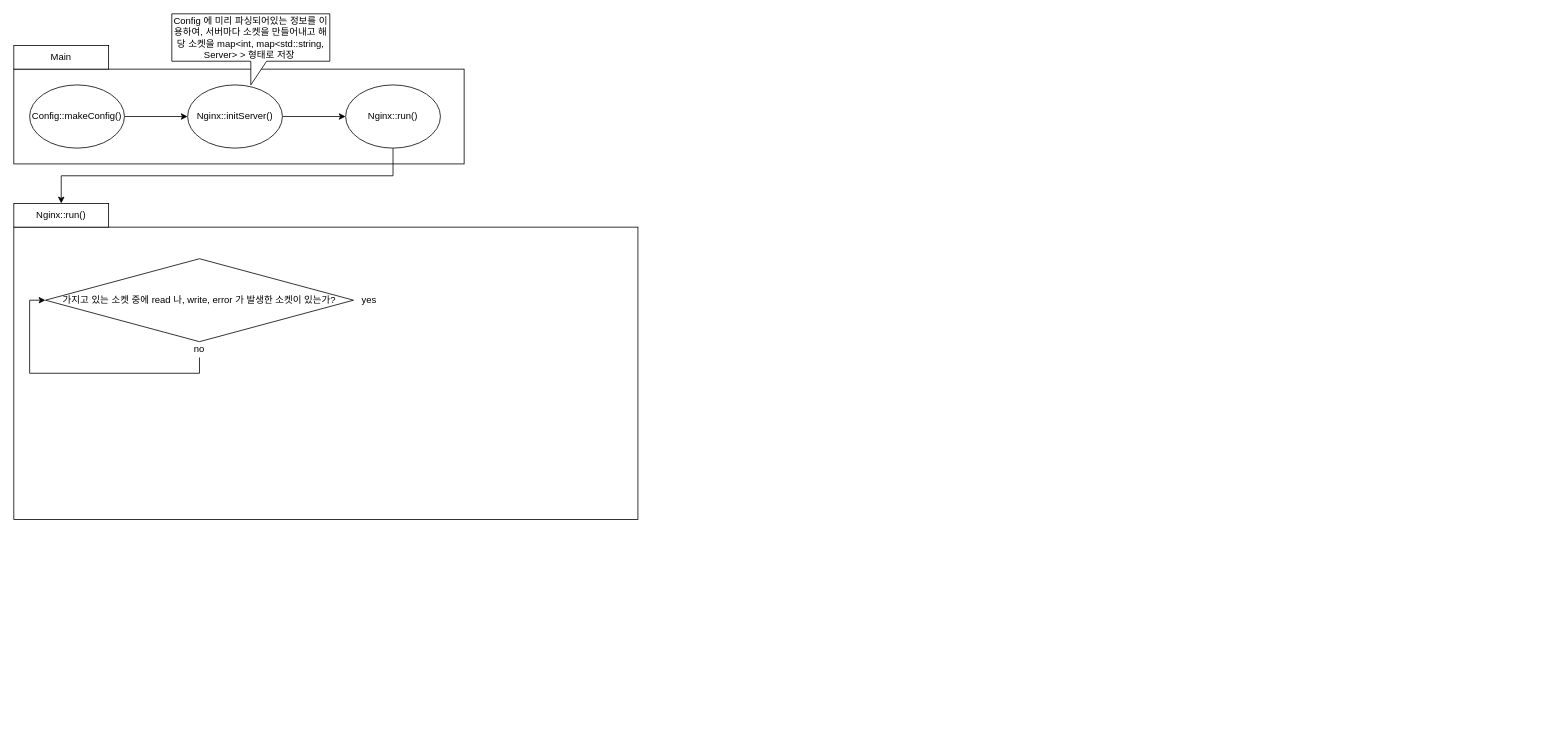
The draw.io diagram flowChart.dio in 42seoul-NULL/Webserv_, before the edit. Source tidied: cells renumbered, new cells numbered last; positions are measured from the earlier drawing's top-left corner, leaving out a move shared by most shapes. Both pictures are drawn from the tidied source at 79%, with x=0, y=0 at pixel (13, 13).
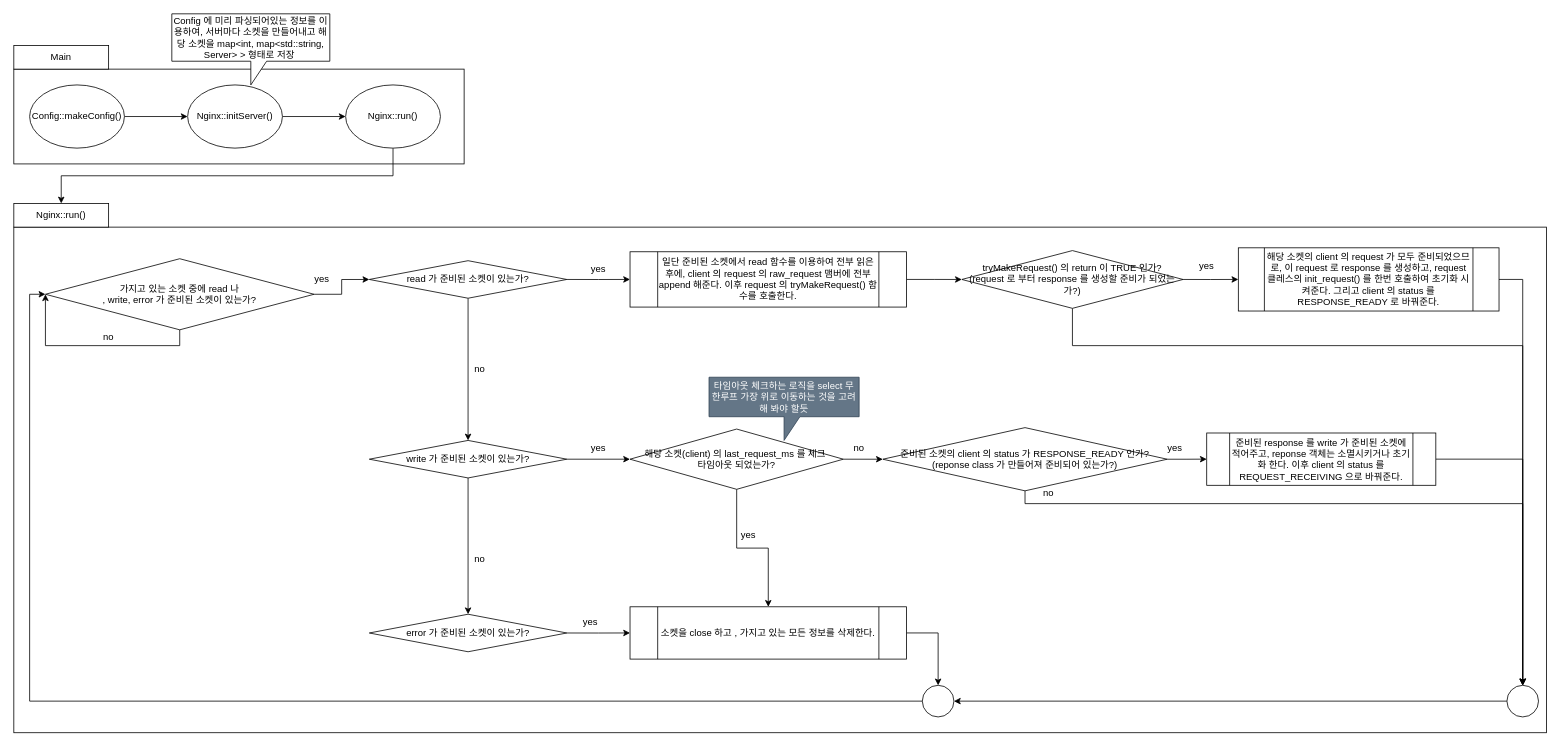
After the change.

Change to the diagram source:
```diff
@@
     <mxCell id="11" style="rounded=0;whiteSpace=wrap;html=1;" parent="1" vertex="1">
-      <mxGeometry y="270" width="790" height="370" as="geometry" />
+      <mxGeometry y="270" width="1940" height="640" as="geometry" />
     </mxCell>
@@
+    <mxCell id="17" style="edgeStyle=orthogonalEdgeStyle;rounded=0;jettySize=auto;html=1;exitX=1;exitY=0.5;exitDx=0;exitDy=0;entryX=0;entryY=0.5;entryDx=0;entryDy=0;" parent="1" edge="1" source="13" target="22">
+      <mxGeometry relative="1" as="geometry" />
+    </mxCell>
-    <mxCell id="13" value="&lt;span&gt;가지고 있는 소켓 중에 read 나, write, error 가 발생한 소켓이 있는가?&lt;/span&gt;" style="rhombus;whiteSpace=wrap;html=1;" parent="1" vertex="1">
-      <mxGeometry x="40" y="310" width="390" height="105" as="geometry" />
+    <mxCell id="13" value="&lt;span&gt;가지고 있는 소켓 중에 read 나&lt;br&gt;, write, error 가 준비된 소켓이 있는가?&lt;/span&gt;" style="rhombus;whiteSpace=wrap;html=1;" parent="1" vertex="1">
+      <mxGeometry x="40" y="310" width="340" height="90" as="geometry" />
     </mxCell>
-    <mxCell id="14" value="yes" style="text;html=1;strokeColor=none;fillColor=none;align=center;verticalAlign=middle;whiteSpace=wrap;rounded=0;" parent="1" vertex="1">
-      <mxGeometry x="430" y="352.5" width="40" height="20" as="geometry" />
-    </mxCell>
-    <mxCell id="15" style="edgeStyle=orthogonalEdgeStyle;rounded=0;jettySize=auto;html=1;exitX=0.5;exitY=1;exitDx=0;exitDy=0;entryX=0;entryY=0.5;entryDx=0;entryDy=0;" parent="1" edge="1" source="16" target="13">
-      <mxGeometry relative="1" as="geometry" />
-    </mxCell>
-    <mxCell id="16" value="no" style="text;html=1;strokeColor=none;fillColor=none;align=center;verticalAlign=middle;whiteSpace=wrap;rounded=0;" parent="1" vertex="1">
-      <mxGeometry x="215" y="415" width="40" height="20" as="geometry" />
-    </mxCell>
+    <mxCell id="18" style="edgeStyle=orthogonalEdgeStyle;rounded=0;orthogonalLoop=1;jettySize=auto;html=1;exitX=0.5;exitY=1;exitDx=0;exitDy=0;entryX=0;entryY=0.5;entryDx=0;entryDy=0;" parent="1" edge="1" source="13" target="13">
+      <mxGeometry relative="1" as="geometry">
+        <Array as="points">
+          <mxPoint x="210" y="420" />
+          <mxPoint x="40" y="420" />
+        </Array>
+      </mxGeometry>
+    </mxCell>
+    <mxCell id="19" value="no" style="text;html=1;strokeColor=none;fillColor=none;align=center;verticalAlign=middle;whiteSpace=wrap;rounded=0;" parent="1" vertex="1">
+      <mxGeometry x="100" y="400" width="40" height="20" as="geometry" />
+    </mxCell>
+    <mxCell id="20" style="edgeStyle=orthogonalEdgeStyle;rounded=0;jettySize=auto;html=1;exitX=0.5;exitY=1;exitDx=0;exitDy=0;entryX=0.5;entryY=0;entryDx=0;entryDy=0;" parent="1" edge="1" source="22" target="25">
+      <mxGeometry relative="1" as="geometry" />
+    </mxCell>
+    <mxCell id="21" style="edgeStyle=orthogonalEdgeStyle;rounded=0;jettySize=auto;html=1;exitX=1;exitY=0.5;exitDx=0;exitDy=0;entryX=0;entryY=0.5;entryDx=0;entryDy=0;" parent="1" edge="1" source="22" target="29">
+      <mxGeometry relative="1" as="geometry" />
+    </mxCell>
+    <mxCell id="22" value="read 가 준비된 소켓이 있는가?" style="rhombus;whiteSpace=wrap;html=1;" parent="1" vertex="1">
+      <mxGeometry x="450" y="312.5" width="250" height="47.5" as="geometry" />
+    </mxCell>
+    <mxCell id="23" style="edgeStyle=orthogonalEdgeStyle;rounded=0;jettySize=auto;html=1;exitX=0.5;exitY=1;exitDx=0;exitDy=0;entryX=0.5;entryY=0;entryDx=0;entryDy=0;" parent="1" edge="1" source="25" target="27">
+      <mxGeometry relative="1" as="geometry" />
+    </mxCell>
+    <mxCell id="24" style="edgeStyle=orthogonalEdgeStyle;rounded=0;jettySize=auto;html=1;exitX=1;exitY=0.5;exitDx=0;exitDy=0;entryX=0;entryY=0.5;entryDx=0;entryDy=0;" parent="1" edge="1" source="25" target="57">
+      <mxGeometry relative="1" as="geometry" />
+    </mxCell>
+    <mxCell id="25" value="write 가 준비된 소켓이 있는가?" style="rhombus;whiteSpace=wrap;html=1;" parent="1" vertex="1">
+      <mxGeometry x="450" y="540" width="250" height="47.5" as="geometry" />
+    </mxCell>
+    <mxCell id="26" style="edgeStyle=orthogonalEdgeStyle;rounded=0;jettySize=auto;html=1;exitX=1;exitY=0.5;exitDx=0;exitDy=0;entryX=0;entryY=0.5;entryDx=0;entryDy=0;" parent="1" edge="1" source="27" target="51">
+      <mxGeometry relative="1" as="geometry" />
+    </mxCell>
+    <mxCell id="27" value="error 가 준비된 소켓이 있는가?" style="rhombus;whiteSpace=wrap;html=1;" parent="1" vertex="1">
+      <mxGeometry x="450" y="760" width="250" height="47.5" as="geometry" />
+    </mxCell>
+    <mxCell id="28" style="edgeStyle=orthogonalEdgeStyle;rounded=0;jettySize=auto;html=1;exitX=1;exitY=0.5;exitDx=0;exitDy=0;entryX=0;entryY=0.5;entryDx=0;entryDy=0;" parent="1" edge="1" source="29" target="32">
+      <mxGeometry relative="1" as="geometry" />
+    </mxCell>
+    <mxCell id="29" value="일단 준비된 소켓에서 read 함수를 이용하여 전부 읽은후에, client 의 request 의 raw_request 맴버에 전부 append 해준다. 이후 request 의 tryMakeRequest() 함수를 호출한다." style="shape=process;whiteSpace=wrap;html=1;backgroundOutline=1;" parent="1" vertex="1">
+      <mxGeometry x="780" y="301.2" width="350" height="70" as="geometry" />
+    </mxCell>
+    <mxCell id="30" style="edgeStyle=orthogonalEdgeStyle;rounded=0;jettySize=auto;html=1;exitX=1;exitY=0.5;exitDx=0;exitDy=0;entryX=0;entryY=0.5;entryDx=0;entryDy=0;" parent="1" edge="1" source="32" target="34">
+      <mxGeometry relative="1" as="geometry" />
+    </mxCell>
+    <mxCell id="31" style="edgeStyle=orthogonalEdgeStyle;rounded=0;jettySize=auto;html=1;exitX=0.5;exitY=1;exitDx=0;exitDy=0;entryX=0.5;entryY=0;entryDx=0;entryDy=0;" parent="1" edge="1" source="32" target="39">
+      <mxGeometry relative="1" as="geometry">
+        <Array as="points">
+          <mxPoint x="1340" y="420" />
+          <mxPoint x="1910" y="420" />
+        </Array>
+      </mxGeometry>
+    </mxCell>
+    <mxCell id="32" value="tryMakeRequest() 의 return 이 TRUE 인가?&lt;br&gt;(request 로 부터 response 를 생성할 준비가 되었는가?)" style="rhombus;whiteSpace=wrap;html=1;" parent="1" vertex="1">
+      <mxGeometry x="1200" y="299.7" width="280" height="73.1" as="geometry" />
+    </mxCell>
+    <mxCell id="33" style="edgeStyle=orthogonalEdgeStyle;rounded=0;jettySize=auto;html=1;exitX=1;exitY=0.5;exitDx=0;exitDy=0;entryX=0.5;entryY=0;entryDx=0;entryDy=0;" parent="1" edge="1" source="34" target="39">
+      <mxGeometry relative="1" as="geometry" />
+    </mxCell>
+    <mxCell id="34" value="해당 소켓의 client 의 request 가 모두 준비되었으므로, 이 request 로 response 를 생성하고, request 클레스의 init_request() 를 한번 호출하여 초기화 시켜준다. 그리고 client 의 status 를 RESPONSE_READY 로 바꿔준다." style="shape=process;whiteSpace=wrap;html=1;backgroundOutline=1;" parent="1" vertex="1">
+      <mxGeometry x="1550" y="296.2" width="330" height="80" as="geometry" />
+    </mxCell>
+    <mxCell id="35" value="yes" style="text;html=1;strokeColor=none;fillColor=none;align=center;verticalAlign=middle;whiteSpace=wrap;rounded=0;" parent="1" vertex="1">
+      <mxGeometry x="370" y="326.2" width="40" height="20" as="geometry" />
+    </mxCell>
+    <mxCell id="36" value="yes" style="text;html=1;strokeColor=none;fillColor=none;align=center;verticalAlign=middle;whiteSpace=wrap;rounded=0;" parent="1" vertex="1">
+      <mxGeometry x="720" y="312.5" width="40" height="20" as="geometry" />
+    </mxCell>
+    <mxCell id="37" value="yes" style="text;html=1;strokeColor=none;fillColor=none;align=center;verticalAlign=middle;whiteSpace=wrap;rounded=0;" parent="1" vertex="1">
+      <mxGeometry x="1490" y="310" width="40" height="20" as="geometry" />
+    </mxCell>
+    <mxCell id="38" style="edgeStyle=orthogonalEdgeStyle;rounded=0;jettySize=auto;html=1;exitX=0;exitY=0.5;exitDx=0;exitDy=0;entryX=1;entryY=0.5;entryDx=0;entryDy=0;" parent="1" edge="1" source="39" target="54">
+      <mxGeometry relative="1" as="geometry" />
+    </mxCell>
+    <mxCell id="39" style="ellipse;whiteSpace=wrap;html=1;" parent="1" vertex="1">
+      <mxGeometry x="1890" y="850" width="40" height="40" as="geometry" />
+    </mxCell>
+    <mxCell id="40" style="edgeStyle=orthogonalEdgeStyle;rounded=0;jettySize=auto;html=1;exitX=0.5;exitY=1;exitDx=0;exitDy=0;entryX=0.5;entryY=0;entryDx=0;entryDy=0;" parent="1" edge="1" source="42" target="39">
+      <mxGeometry relative="1" as="geometry">
+        <Array as="points">
+          <mxPoint x="1280" y="620" />
+          <mxPoint x="1910" y="620" />
+        </Array>
+      </mxGeometry>
+    </mxCell>
+    <mxCell id="41" style="edgeStyle=orthogonalEdgeStyle;rounded=0;jettySize=auto;html=1;exitX=1;exitY=0.5;exitDx=0;exitDy=0;entryX=0;entryY=0.5;entryDx=0;entryDy=0;" parent="1" edge="1" source="42" target="44">
+      <mxGeometry relative="1" as="geometry" />
+    </mxCell>
+    <mxCell id="42" value="준비된 소켓의 client 의 status 가 RESPONSE_READY 인가?&lt;br&gt;(reponse class 가 만들어져 준비되어 있는가?)" style="rhombus;whiteSpace=wrap;html=1;" parent="1" vertex="1">
+      <mxGeometry x="1100" y="523.8" width="360" height="80" as="geometry" />
+    </mxCell>
+    <mxCell id="43" style="edgeStyle=orthogonalEdgeStyle;rounded=0;jettySize=auto;html=1;exitX=1;exitY=0.5;exitDx=0;exitDy=0;entryX=0.5;entryY=0;entryDx=0;entryDy=0;" parent="1" edge="1" source="44" target="39">
+      <mxGeometry relative="1" as="geometry" />
+    </mxCell>
+    <mxCell id="44" value="준비된 response 를 write 가 준비된 소켓에 적어주고, reponse 객체는 소멸시키거나 초기화 한다. 이후 client 의 status 를 REQUEST_RECEIVING 으로 바꿔준다." style="shape=process;whiteSpace=wrap;html=1;backgroundOutline=1;" parent="1" vertex="1">
+      <mxGeometry x="1510" y="530.6" width="290" height="66.2" as="geometry" />
+    </mxCell>
+    <mxCell id="45" value="no" style="text;html=1;strokeColor=none;fillColor=none;align=center;verticalAlign=middle;whiteSpace=wrap;rounded=0;" parent="1" vertex="1">
+      <mxGeometry x="570" y="440" width="40" height="20" as="geometry" />
+    </mxCell>
+    <mxCell id="46" value="no" style="text;html=1;strokeColor=none;fillColor=none;align=center;verticalAlign=middle;whiteSpace=wrap;rounded=0;" parent="1" vertex="1">
+      <mxGeometry x="570" y="680" width="40" height="20" as="geometry" />
+    </mxCell>
+    <mxCell id="47" value="yes" style="text;html=1;strokeColor=none;fillColor=none;align=center;verticalAlign=middle;whiteSpace=wrap;rounded=0;" parent="1" vertex="1">
+      <mxGeometry x="720" y="540" width="40" height="20" as="geometry" />
+    </mxCell>
+    <mxCell id="48" value="yes" style="text;html=1;strokeColor=none;fillColor=none;align=center;verticalAlign=middle;whiteSpace=wrap;rounded=0;" parent="1" vertex="1">
+      <mxGeometry x="1450" y="540" width="40" height="20" as="geometry" />
+    </mxCell>
+    <mxCell id="49" value="no" style="text;html=1;strokeColor=none;fillColor=none;align=center;verticalAlign=middle;whiteSpace=wrap;rounded=0;" parent="1" vertex="1">
+      <mxGeometry x="1290" y="596.9" width="40" height="20" as="geometry" />
+    </mxCell>
+    <mxCell id="50" style="edgeStyle=orthogonalEdgeStyle;rounded=0;jettySize=auto;html=1;exitX=1;exitY=0.5;exitDx=0;exitDy=0;entryX=0.5;entryY=0;entryDx=0;entryDy=0;" parent="1" edge="1" source="51" target="54">
+      <mxGeometry relative="1" as="geometry" />
+    </mxCell>
+    <mxCell id="51" value="소켓을 close 하고 , 가지고 있는 모든 정보를 삭제한다." style="shape=process;whiteSpace=wrap;html=1;backgroundOutline=1;" parent="1" vertex="1">
+      <mxGeometry x="780" y="750.6" width="350" height="66.2" as="geometry" />
+    </mxCell>
+    <mxCell id="52" value="yes" style="text;html=1;strokeColor=none;fillColor=none;align=center;verticalAlign=middle;whiteSpace=wrap;rounded=0;" parent="1" vertex="1">
+      <mxGeometry x="710" y="760" width="40" height="20" as="geometry" />
+    </mxCell>
+    <mxCell id="53" style="edgeStyle=orthogonalEdgeStyle;rounded=0;jettySize=auto;html=1;exitX=0;exitY=0.5;exitDx=0;exitDy=0;entryX=0;entryY=0.5;entryDx=0;entryDy=0;" parent="1" edge="1" source="54" target="13">
+      <mxGeometry relative="1" as="geometry" />
+    </mxCell>
+    <mxCell id="54" style="ellipse;whiteSpace=wrap;html=1;" parent="1" vertex="1">
+      <mxGeometry x="1150" y="850" width="40" height="40" as="geometry" />
+    </mxCell>
+    <mxCell id="55" style="edgeStyle=orthogonalEdgeStyle;rounded=0;jettySize=auto;html=1;exitX=1;exitY=0.5;exitDx=0;exitDy=0;entryX=0;entryY=0.5;entryDx=0;entryDy=0;" parent="1" edge="1" source="57" target="42">
+      <mxGeometry relative="1" as="geometry" />
+    </mxCell>
+    <mxCell id="56" style="edgeStyle=orthogonalEdgeStyle;rounded=0;jettySize=auto;html=1;exitX=0.5;exitY=1;exitDx=0;exitDy=0;entryX=0.5;entryY=0;entryDx=0;entryDy=0;" parent="1" edge="1" source="57" target="51">
+      <mxGeometry relative="1" as="geometry" />
+    </mxCell>
+    <mxCell id="57" value="해당 소켓(client) 의 last_request_ms 를 체크&amp;nbsp;&lt;br&gt;타임아웃 되었는가?" style="rhombus;whiteSpace=wrap;html=1;" parent="1" vertex="1">
+      <mxGeometry x="780" y="525.6" width="270" height="76.3" as="geometry" />
+    </mxCell>
+    <mxCell id="58" value="no" style="text;html=1;strokeColor=none;fillColor=none;align=center;verticalAlign=middle;whiteSpace=wrap;rounded=0;" parent="1" vertex="1">
+      <mxGeometry x="1050" y="540" width="40" height="20" as="geometry" />
+    </mxCell>
+    <mxCell id="59" value="yes" style="text;html=1;strokeColor=none;fillColor=none;align=center;verticalAlign=middle;whiteSpace=wrap;rounded=0;" parent="1" vertex="1">
+      <mxGeometry x="910" y="650" width="40" height="20" as="geometry" />
+    </mxCell>
+    <mxCell id="60" value="타임아웃 체크하는 로직을 select 무한루프 가장 위로 이동하는 것을 고려해 봐야 할듯" style="shape=callout;whiteSpace=wrap;html=1;perimeter=calloutPerimeter;fillColor=#647687;strokeColor=#314354;fontColor=#ffffff;" parent="1" vertex="1">
+      <mxGeometry x="880" y="460" width="190" height="80" as="geometry" />
+    </mxCell>
```
